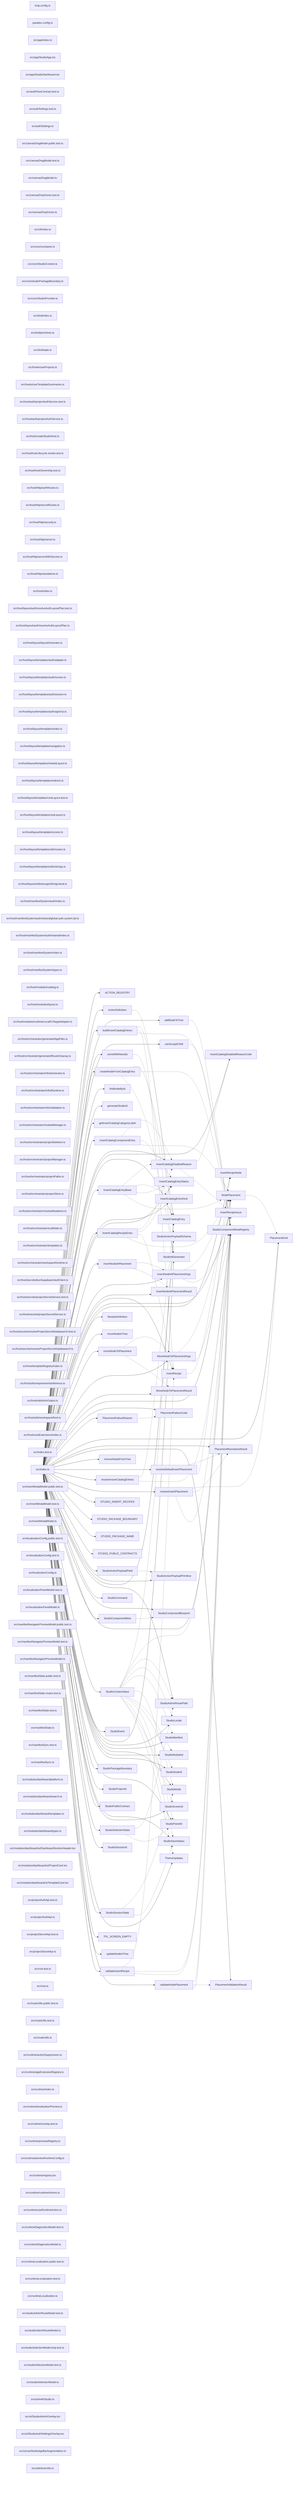
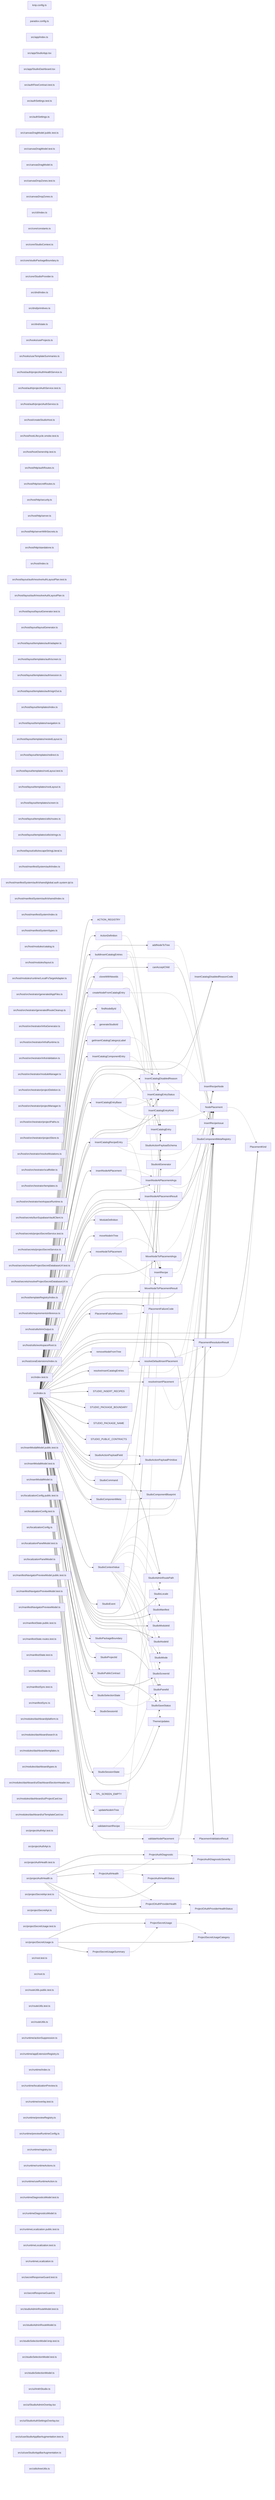
graph LR
  module_knip_config_ts["knip.config.ts"]
  module_paradox_config_ts["paradox.config.ts"]
  module_src_app_index_ts["src/app/index.ts"]
  module_src_app_StudioApp_tsx["src/app/StudioApp.tsx"]
  module_src_app_StudioDashboard_tsx["src/app/StudioDashboard.tsx"]
  module_src_authFlowContract_test_ts["src/authFlowContract.test.ts"]
  module_src_authSettings_test_ts["src/authSettings.test.ts"]
  module_src_authSettings_ts["src/authSettings.ts"]
  module_src_canvasDragModel_public_test_ts["src/canvasDragModel.public.test.ts"]
  module_src_canvasDragModel_test_ts["src/canvasDragModel.test.ts"]
  module_src_canvasDragModel_ts["src/canvasDragModel.ts"]
  module_src_canvasDropZones_test_ts["src/canvasDropZones.test.ts"]
  module_src_canvasDropZones_ts["src/canvasDropZones.ts"]
  module_src_cli_index_ts["src/cli/index.ts"]
  module_src_core_constants_ts["src/core/constants.ts"]
  module_src_core_StudioContext_ts["src/core/StudioContext.ts"]
  module_src_core_studioPackageBoundary_ts["src/core/studioPackageBoundary.ts"]
  module_src_core_StudioProvider_ts["src/core/StudioProvider.ts"]
  module_src_dnd_index_ts["src/dnd/index.ts"]
  module_src_dnd_primitives_ts["src/dnd/primitives.ts"]
  module_src_dnd_state_ts["src/dnd/state.ts"]
  module_src_hooks_useProjects_ts["src/hooks/useProjects.ts"]
  module_src_hooks_useTemplateSummaries_ts["src/hooks/useTemplateSummaries.ts"]
+   module_src_host_auth_projectAuthHealthService_ts["src/host/auth/projectAuthHealthService.ts"]
  module_src_host_auth_projectAuthService_test_ts["src/host/auth/projectAuthService.test.ts"]
  module_src_host_auth_projectAuthService_ts["src/host/auth/projectAuthService.ts"]
  module_src_host_createStudioHost_ts["src/host/createStudioHost.ts"]
  module_src_host_hostLifecycle_smoke_test_ts["src/host/hostLifecycle.smoke.test.ts"]
  module_src_host_hostOwnership_test_ts["src/host/hostOwnership.test.ts"]
  module_src_host_http_authRoutes_ts["src/host/http/authRoutes.ts"]
  module_src_host_http_secretRoutes_ts["src/host/http/secretRoutes.ts"]
  module_src_host_http_security_ts["src/host/http/security.ts"]
  module_src_host_http_server_ts["src/host/http/server.ts"]
  module_src_host_http_serverWithSecrets_ts["src/host/http/serverWithSecrets.ts"]
  module_src_host_http_standalone_ts["src/host/http/standalone.ts"]
  module_src_host_index_ts["src/host/index.ts"]
  module_src_host_layout_auth_resolveAuthLayoutPlan_test_ts["src/host/layout/auth/resolveAuthLayoutPlan.test.ts"]
  module_src_host_layout_auth_resolveAuthLayoutPlan_ts["src/host/layout/auth/resolveAuthLayoutPlan.ts"]
+   module_src_host_layout_layoutGenerator_test_ts["src/host/layout/layoutGenerator.test.ts"]
  module_src_host_layout_layoutGenerator_ts["src/host/layout/layoutGenerator.ts"]
  module_src_host_layout_templates_auth_adapter_ts["src/host/layout/templates/auth/adapter.ts"]
  module_src_host_layout_templates_auth_screen_ts["src/host/layout/templates/auth/screen.ts"]
  module_src_host_layout_templates_auth_session_ts["src/host/layout/templates/auth/session.ts"]
  module_src_host_layout_templates_auth_signOut_ts["src/host/layout/templates/auth/signOut.ts"]
  module_src_host_layout_templates_index_ts["src/host/layout/templates/index.ts"]
  module_src_host_layout_templates_navigation_ts["src/host/layout/templates/navigation.ts"]
  module_src_host_layout_templates_nestedLayout_ts["src/host/layout/templates/nestedLayout.ts"]
  module_src_host_layout_templates_redirect_ts["src/host/layout/templates/redirect.ts"]
  module_src_host_layout_templates_rootLayout_test_ts["src/host/layout/templates/rootLayout.test.ts"]
  module_src_host_layout_templates_rootLayout_ts["src/host/layout/templates/rootLayout.ts"]
  module_src_host_layout_templates_screen_ts["src/host/layout/templates/screen.ts"]
  module_src_host_layout_templates_utils_routes_ts["src/host/layout/templates/utils/routes.ts"]
  module_src_host_layout_templates_utils_strings_ts["src/host/layout/templates/utils/strings.ts"]
  module_src_host_layout_utils_escapeStringLiteral_ts["src/host/layout/utils/escapeStringLiteral.ts"]
  module_src_host_manifestSystem_auth_index_ts["src/host/manifestSystem/auth/index.ts"]
  module_src_host_manifestSystem_auth_shared_global_auth_system_tpl_ts["src/host/manifestSystem/auth/shared/global.auth.system.tpl.ts"]
  module_src_host_manifestSystem_auth_shared_index_ts["src/host/manifestSystem/auth/shared/index.ts"]
  module_src_host_manifestSystem_index_ts["src/host/manifestSystem/index.ts"]
  module_src_host_manifestSystem_types_ts["src/host/manifestSystem/types.ts"]
  module_src_host_modules_catalog_ts["src/host/modules/catalog.ts"]
  module_src_host_modules_layout_ts["src/host/modules/layout.ts"]
  module_src_host_modules_runtime_LocalFsTargetAdapter_ts["src/host/modules/runtime/LocalFsTargetAdapter.ts"]
  module_src_host_orchestrator_generatedAppFiles_ts["src/host/orchestrator/generatedAppFiles.ts"]
  module_src_host_orchestrator_generatedRouteCleanup_ts["src/host/orchestrator/generatedRouteCleanup.ts"]
  module_src_host_orchestrator_infraGenerator_ts["src/host/orchestrator/infraGenerator.ts"]
  module_src_host_orchestrator_infraRuntime_ts["src/host/orchestrator/infraRuntime.ts"]
  module_src_host_orchestrator_infraValidation_ts["src/host/orchestrator/infraValidation.ts"]
  module_src_host_orchestrator_moduleManager_ts["src/host/orchestrator/moduleManager.ts"]
  module_src_host_orchestrator_projectDeletion_ts["src/host/orchestrator/projectDeletion.ts"]
  module_src_host_orchestrator_projectManager_ts["src/host/orchestrator/projectManager.ts"]
  module_src_host_orchestrator_projectPaths_ts["src/host/orchestrator/projectPaths.ts"]
  module_src_host_orchestrator_projectStore_ts["src/host/orchestrator/projectStore.ts"]
  module_src_host_orchestrator_resolveMutations_ts["src/host/orchestrator/resolveMutations.ts"]
  module_src_host_orchestrator_scaffolder_ts["src/host/orchestrator/scaffolder.ts"]
  module_src_host_orchestrator_templates_ts["src/host/orchestrator/templates.ts"]
  module_src_host_orchestrator_workspaceRuntime_ts["src/host/orchestrator/workspaceRuntime.ts"]
  module_src_host_secrets_bunSupabaseVaultClient_ts["src/host/secrets/bunSupabaseVaultClient.ts"]
  module_src_host_secrets_projectSecretService_test_ts["src/host/secrets/projectSecretService.test.ts"]
  module_src_host_secrets_projectSecretService_ts["src/host/secrets/projectSecretService.ts"]
  module_src_host_secrets_resolveProjectSecretDatabaseUrl_test_ts["src/host/secrets/resolveProjectSecretDatabaseUrl.test.ts"]
  module_src_host_secrets_resolveProjectSecretDatabaseUrl_ts["src/host/secrets/resolveProjectSecretDatabaseUrl.ts"]
  module_src_host_templateRegistry_index_ts["src/host/templateRegistry/index.ts"]
  module_src_host_utils_requirementsInference_ts["src/host/utils/requirementsInference.ts"]
  module_src_host_utils_trimOutput_ts["src/host/utils/trimOutput.ts"]
  module_src_host_utils_workspaceRoot_ts["src/host/utils/workspaceRoot.ts"]
  module_src_host_zoraExtensions_index_ts["src/host/zoraExtensions/index.ts"]
  module_src_index_test_ts["src/index.test.ts"]
  module_src_index_ts["src/index.ts"]
  module_src_insertModalModel_public_test_ts["src/insertModalModel.public.test.ts"]
  module_src_insertModalModel_test_ts["src/insertModalModel.test.ts"]
  module_src_insertModalModel_ts["src/insertModalModel.ts"]
  module_src_localizationConfig_public_test_ts["src/localizationConfig.public.test.ts"]
  module_src_localizationConfig_test_ts["src/localizationConfig.test.ts"]
  module_src_localizationConfig_ts["src/localizationConfig.ts"]
  module_src_localizationPanelModel_test_ts["src/localizationPanelModel.test.ts"]
  module_src_localizationPanelModel_ts["src/localizationPanelModel.ts"]
  module_src_manifestNavigatorPreviewModel_public_test_ts["src/manifestNavigatorPreviewModel.public.test.ts"]
  module_src_manifestNavigatorPreviewModel_test_ts["src/manifestNavigatorPreviewModel.test.ts"]
  module_src_manifestNavigatorPreviewModel_ts["src/manifestNavigatorPreviewModel.ts"]
  module_src_manifestState_public_test_ts["src/manifestState.public.test.ts"]
  module_src_manifestState_routes_test_ts["src/manifestState.routes.test.ts"]
  module_src_manifestState_test_ts["src/manifestState.test.ts"]
  module_src_manifestState_ts["src/manifestState.ts"]
  module_src_manifestSync_test_ts["src/manifestSync.test.ts"]
  module_src_manifestSync_ts["src/manifestSync.ts"]
  module_src_modules_dashboard_platform_ts["src/modules/dashboard/platform.ts"]
  module_src_modules_dashboard_search_ts["src/modules/dashboard/search.ts"]
  module_src_modules_dashboard_templates_ts["src/modules/dashboard/templates.ts"]
  module_src_modules_dashboard_types_ts["src/modules/dashboard/types.ts"]
  module_src_modules_dashboard_ui_DashboardSectionHeader_tsx["src/modules/dashboard/ui/DashboardSectionHeader.tsx"]
  module_src_modules_dashboard_ui_ProjectCard_tsx["src/modules/dashboard/ui/ProjectCard.tsx"]
  module_src_modules_dashboard_ui_TemplateCard_tsx["src/modules/dashboard/ui/TemplateCard.tsx"]
  module_src_projectAuthApi_test_ts["src/projectAuthApi.test.ts"]
  module_src_projectAuthApi_ts["src/projectAuthApi.ts"]
+   module_src_projectAuthHealth_test_ts["src/projectAuthHealth.test.ts"]
+   module_src_projectAuthHealth_ts["src/projectAuthHealth.ts"]
  module_src_projectSecretApi_test_ts["src/projectSecretApi.test.ts"]
  module_src_projectSecretApi_ts["src/projectSecretApi.ts"]
+   module_src_projectSecretUsage_test_ts["src/projectSecretUsage.test.ts"]
+   module_src_projectSecretUsage_ts["src/projectSecretUsage.ts"]
  module_src_root_test_ts["src/root.test.ts"]
  module_src_root_ts["src/root.ts"]
  module_src_routeUtils_public_test_ts["src/routeUtils.public.test.ts"]
  module_src_routeUtils_test_ts["src/routeUtils.test.ts"]
  module_src_routeUtils_ts["src/routeUtils.ts"]
  module_src_runtime_actionSuppression_ts["src/runtime/actionSuppression.ts"]
  module_src_runtime_appExtensionRegistry_ts["src/runtime/appExtensionRegistry.ts"]
  module_src_runtime_index_ts["src/runtime/index.ts"]
  module_src_runtime_localizationPreview_ts["src/runtime/localizationPreview.ts"]
  module_src_runtime_overlay_test_ts["src/runtime/overlay.test.ts"]
  module_src_runtime_previewRegistry_ts["src/runtime/previewRegistry.ts"]
  module_src_runtime_previewRuntimeConfig_ts["src/runtime/previewRuntimeConfig.ts"]
  module_src_runtime_registry_tsx["src/runtime/registry.tsx"]
  module_src_runtime_runtimeActions_ts["src/runtime/runtimeActions.ts"]
  module_src_runtime_useRuntimeAction_ts["src/runtime/useRuntimeAction.ts"]
  module_src_runtimeDiagnosticsModel_test_ts["src/runtimeDiagnosticsModel.test.ts"]
  module_src_runtimeDiagnosticsModel_ts["src/runtimeDiagnosticsModel.ts"]
  module_src_runtimeLocalization_public_test_ts["src/runtimeLocalization.public.test.ts"]
  module_src_runtimeLocalization_test_ts["src/runtimeLocalization.test.ts"]
  module_src_runtimeLocalization_ts["src/runtimeLocalization.ts"]
+   module_src_secretResponseGuard_test_ts["src/secretResponseGuard.test.ts"]
+   module_src_secretResponseGuard_ts["src/secretResponseGuard.ts"]
  module_src_studioAdminRouteModel_test_ts["src/studioAdminRouteModel.test.ts"]
  module_src_studioAdminRouteModel_ts["src/studioAdminRouteModel.ts"]
  module_src_studioSelectionModel_knip_test_ts["src/studioSelectionModel.knip.test.ts"]
  module_src_studioSelectionModel_test_ts["src/studioSelectionModel.test.ts"]
  module_src_studioSelectionModel_ts["src/studioSelectionModel.ts"]
  module_src_ui_AnkhStudio_ts["src/ui/AnkhStudio.ts"]
  module_src_ui_StudioAdminOverlay_tsx["src/ui/StudioAdminOverlay.tsx"]
  module_src_ui_StudioAuthSettingsOverlay_tsx["src/ui/StudioAuthSettingsOverlay.tsx"]
+   module_src_ui_useStudioAppBarAugmentation_test_ts["src/ui/useStudioAppBarAugmentation.test.ts"]
  module_src_ui_useStudioAppBarAugmentation_ts["src/ui/useStudioAppBarAugmentation.ts"]
  module_src_utils_treeUtils_ts["src/utils/treeUtils.ts"]
  export_ACTION_REGISTRY["ACTION_REGISTRY"]
  module_src_index_ts --> export_ACTION_REGISTRY
  export_ActionDefinition["ActionDefinition"]
  module_src_index_ts --> export_ActionDefinition
  export_ActionDefinition -.-> export_StudioActionPayloadSchema
  export_addNodeToTree["addNodeToTree"]
  module_src_index_ts --> export_addNodeToTree
  export_addNodeToTree -.-> export_StudioComponentMetaRegistry
  export_buildInsertCatalogEntries["buildInsertCatalogEntries"]
  module_src_index_ts --> export_buildInsertCatalogEntries
  export_buildInsertCatalogEntries -.-> export_InsertCatalogEntry
  export_buildInsertCatalogEntries -.-> export_InsertRecipe
  export_buildInsertCatalogEntries -.-> export_StudioComponentMetaRegistry
  export_canAcceptChild["canAcceptChild"]
  module_src_index_ts --> export_canAcceptChild
  export_canAcceptChild -.-> export_StudioComponentMetaRegistry
  export_cloneWithNewIds["cloneWithNewIds"]
  module_src_index_ts --> export_cloneWithNewIds
  export_cloneWithNewIds -.-> export_StudioIdGenerator
  export_createNodeFromCatalogEntry["createNodeFromCatalogEntry"]
  module_src_index_ts --> export_createNodeFromCatalogEntry
  export_createNodeFromCatalogEntry -.-> export_InsertCatalogEntry
  export_createNodeFromCatalogEntry -.-> export_StudioComponentMetaRegistry
  export_createNodeFromCatalogEntry -.-> export_StudioIdGenerator
  export_findNodeById["findNodeById"]
  module_src_index_ts --> export_findNodeById
  export_generateStudioId["generateStudioId"]
  module_src_index_ts --> export_generateStudioId
  export_getInsertCatalogCategoryLabel["getInsertCatalogCategoryLabel"]
  module_src_index_ts --> export_getInsertCatalogCategoryLabel
  export_InsertCatalogComponentEntry["InsertCatalogComponentEntry"]
  module_src_index_ts --> export_InsertCatalogComponentEntry
  export_InsertCatalogComponentEntry -.-> export_InsertCatalogDisabledReason
  export_InsertCatalogComponentEntry -.-> export_InsertCatalogEntryStatus
  export_InsertCatalogComponentEntry -.-> export_NodePlacement
  export_InsertCatalogDisabledReason["InsertCatalogDisabledReason"]
  module_src_index_ts --> export_InsertCatalogDisabledReason
  export_InsertCatalogDisabledReason -.-> export_InsertCatalogDisabledReasonCode
  export_InsertCatalogDisabledReason -.-> export_InsertRecipeIssue
  export_InsertCatalogDisabledReasonCode["InsertCatalogDisabledReasonCode"]
  module_src_index_ts --> export_InsertCatalogDisabledReasonCode
  export_InsertCatalogEntry["InsertCatalogEntry"]
  module_src_index_ts --> export_InsertCatalogEntry
  export_InsertCatalogEntryBase["InsertCatalogEntryBase"]
  module_src_index_ts --> export_InsertCatalogEntryBase
  export_InsertCatalogEntryBase -.-> export_InsertCatalogDisabledReason
  export_InsertCatalogEntryBase -.-> export_InsertCatalogEntryKind
  export_InsertCatalogEntryBase -.-> export_InsertCatalogEntryStatus
  export_InsertCatalogEntryBase -.-> export_NodePlacement
  export_InsertCatalogEntryKind["InsertCatalogEntryKind"]
  module_src_index_ts --> export_InsertCatalogEntryKind
  export_InsertCatalogEntryStatus["InsertCatalogEntryStatus"]
  module_src_index_ts --> export_InsertCatalogEntryStatus
  export_InsertCatalogRecipeEntry["InsertCatalogRecipeEntry"]
  module_src_index_ts --> export_InsertCatalogRecipeEntry
  export_InsertCatalogRecipeEntry -.-> export_InsertCatalogDisabledReason
  export_InsertCatalogRecipeEntry -.-> export_InsertCatalogEntryStatus
  export_InsertCatalogRecipeEntry -.-> export_InsertRecipe
  export_InsertCatalogRecipeEntry -.-> export_NodePlacement
  export_insertNodeAtPlacement["insertNodeAtPlacement"]
  module_src_index_ts --> export_insertNodeAtPlacement
  export_insertNodeAtPlacement -.-> export_InsertNodeAtPlacementArgs
  export_insertNodeAtPlacement -.-> export_InsertNodeAtPlacementResult
  export_InsertNodeAtPlacementArgs["InsertNodeAtPlacementArgs"]
  module_src_index_ts --> export_InsertNodeAtPlacementArgs
  export_InsertNodeAtPlacementArgs -.-> export_NodePlacement
  export_InsertNodeAtPlacementArgs -.-> export_StudioComponentMetaRegistry
  export_InsertNodeAtPlacementResult["InsertNodeAtPlacementResult"]
  module_src_index_ts --> export_InsertNodeAtPlacementResult
  export_InsertRecipe["InsertRecipe"]
  module_src_index_ts --> export_InsertRecipe
  export_InsertRecipe -.-> export_InsertRecipeNode
  export_InsertRecipeIssue["InsertRecipeIssue"]
  module_src_index_ts --> export_InsertRecipeIssue
  export_InsertRecipeNode["InsertRecipeNode"]
  module_src_index_ts --> export_InsertRecipeNode
  export_ModuleDefinition["ModuleDefinition"]
  module_src_index_ts --> export_ModuleDefinition
  export_moveNodeInTree["moveNodeInTree"]
  module_src_index_ts --> export_moveNodeInTree
  export_moveNodeToPlacement["moveNodeToPlacement"]
  module_src_index_ts --> export_moveNodeToPlacement
  export_moveNodeToPlacement -.-> export_MoveNodeToPlacementArgs
  export_moveNodeToPlacement -.-> export_MoveNodeToPlacementResult
  export_MoveNodeToPlacementArgs["MoveNodeToPlacementArgs"]
  module_src_index_ts --> export_MoveNodeToPlacementArgs
  export_MoveNodeToPlacementArgs -.-> export_NodePlacement
  export_MoveNodeToPlacementArgs -.-> export_StudioComponentMetaRegistry
  export_MoveNodeToPlacementResult["MoveNodeToPlacementResult"]
  module_src_index_ts --> export_MoveNodeToPlacementResult
  export_NodePlacement["NodePlacement"]
  module_src_index_ts --> export_NodePlacement
  export_NodePlacement -.-> export_PlacementKind
  export_PlacementFailureCode["PlacementFailureCode"]
  module_src_index_ts --> export_PlacementFailureCode
  export_PlacementFailureReason["PlacementFailureReason"]
  module_src_index_ts --> export_PlacementFailureReason
  export_PlacementFailureReason -.-> export_PlacementFailureCode
  export_PlacementKind["PlacementKind"]
  module_src_index_ts --> export_PlacementKind
  export_PlacementResolutionResult["PlacementResolutionResult"]
  module_src_index_ts --> export_PlacementResolutionResult
  export_PlacementValidationResult["PlacementValidationResult"]
  module_src_index_ts --> export_PlacementValidationResult
+   export_ProjectAuthDiagnostic["ProjectAuthDiagnostic"]
+   module_src_projectAuthHealth_ts --> export_ProjectAuthDiagnostic
+   export_ProjectAuthDiagnostic -.-> export_ProjectAuthDiagnosticSeverity
+   export_ProjectAuthDiagnosticSeverity["ProjectAuthDiagnosticSeverity"]
+   module_src_projectAuthHealth_ts --> export_ProjectAuthDiagnosticSeverity
+   export_ProjectAuthHealth["ProjectAuthHealth"]
+   module_src_projectAuthHealth_ts --> export_ProjectAuthHealth
+   export_ProjectAuthHealth -.-> export_ProjectAuthDiagnostic
+   export_ProjectAuthHealth -.-> export_ProjectAuthHealthStatus
+   export_ProjectAuthHealth -.-> export_ProjectOAuthProviderHealth
+   export_ProjectAuthHealthStatus["ProjectAuthHealthStatus"]
+   module_src_projectAuthHealth_ts --> export_ProjectAuthHealthStatus
+   export_ProjectOAuthProviderHealth["ProjectOAuthProviderHealth"]
+   module_src_projectAuthHealth_ts --> export_ProjectOAuthProviderHealth
+   export_ProjectOAuthProviderHealth -.-> export_ProjectOAuthProviderHealthStatus
+   export_ProjectOAuthProviderHealthStatus["ProjectOAuthProviderHealthStatus"]
+   module_src_projectAuthHealth_ts --> export_ProjectOAuthProviderHealthStatus
+   export_ProjectSecretUsage["ProjectSecretUsage"]
+   module_src_projectSecretUsage_ts --> export_ProjectSecretUsage
+   export_ProjectSecretUsage -.-> export_ProjectSecretUsageCategory
+   export_ProjectSecretUsageCategory["ProjectSecretUsageCategory"]
+   module_src_projectSecretUsage_ts --> export_ProjectSecretUsageCategory
+   export_ProjectSecretUsageSummary["ProjectSecretUsageSummary"]
+   module_src_projectSecretUsage_ts --> export_ProjectSecretUsageSummary
+   export_ProjectSecretUsageSummary -.-> export_ProjectSecretUsage
  export_removeNodeFromTree["removeNodeFromTree"]
  module_src_index_ts --> export_removeNodeFromTree
  export_resolveDefaultInsertPlacement["resolveDefaultInsertPlacement"]
  module_src_index_ts --> export_resolveDefaultInsertPlacement
  export_resolveDefaultInsertPlacement -.-> export_PlacementResolutionResult
  export_resolveDefaultInsertPlacement -.-> export_StudioComponentMetaRegistry
  export_resolveInsertCatalogEntries["resolveInsertCatalogEntries"]
  module_src_index_ts --> export_resolveInsertCatalogEntries
  export_resolveInsertCatalogEntries -.-> export_InsertCatalogEntry
  export_resolveInsertCatalogEntries -.-> export_StudioComponentMetaRegistry
  export_resolveInsertPlacement["resolveInsertPlacement"]
  module_src_index_ts --> export_resolveInsertPlacement
  export_resolveInsertPlacement -.-> export_PlacementKind
  export_resolveInsertPlacement -.-> export_PlacementResolutionResult
  export_resolveInsertPlacement -.-> export_StudioComponentMetaRegistry
  export_STUDIO_INSERT_RECIPES["STUDIO_INSERT_RECIPES"]
  module_src_index_ts --> export_STUDIO_INSERT_RECIPES
  export_STUDIO_PACKAGE_BOUNDARY["STUDIO_PACKAGE_BOUNDARY"]
  module_src_index_ts --> export_STUDIO_PACKAGE_BOUNDARY
  export_STUDIO_PACKAGE_NAME["STUDIO_PACKAGE_NAME"]
  module_src_index_ts --> export_STUDIO_PACKAGE_NAME
  export_STUDIO_PUBLIC_CONTRACTS["STUDIO_PUBLIC_CONTRACTS"]
  module_src_index_ts --> export_STUDIO_PUBLIC_CONTRACTS
  export_StudioActionPayloadField["StudioActionPayloadField"]
  module_src_index_ts --> export_StudioActionPayloadField
  export_StudioActionPayloadField -.-> export_StudioActionPayloadPrimitive
  export_StudioActionPayloadPrimitive["StudioActionPayloadPrimitive"]
  module_src_index_ts --> export_StudioActionPayloadPrimitive
  export_StudioActionPayloadSchema["StudioActionPayloadSchema"]
  module_src_index_ts --> export_StudioActionPayloadSchema
  export_StudioAdminRoutePath["StudioAdminRoutePath"]
  module_src_index_ts --> export_StudioAdminRoutePath
  export_StudioCommand["StudioCommand"]
  module_src_index_ts --> export_StudioCommand
  export_StudioComponentBlueprint["StudioComponentBlueprint"]
  module_src_index_ts --> export_StudioComponentBlueprint
  export_StudioComponentMeta["StudioComponentMeta"]
  module_src_index_ts --> export_StudioComponentMeta
  export_StudioComponentMeta -.-> export_StudioComponentBlueprint
  export_StudioComponentMetaRegistry["StudioComponentMetaRegistry"]
  module_src_index_ts --> export_StudioComponentMetaRegistry
  export_StudioContextValue["StudioContextValue"]
  module_src_index_ts --> export_StudioContextValue
  export_StudioContextValue -.-> export_InsertCatalogEntry
  export_StudioContextValue -.-> export_NodePlacement
  export_StudioContextValue -.-> export_StudioAdminRoutePath
  export_StudioContextValue -.-> export_StudioLocale
  export_StudioContextValue -.-> export_StudioManifest
  export_StudioContextValue -.-> export_StudioMode
  export_StudioContextValue -.-> export_StudioModuleId
  export_StudioContextValue -.-> export_StudioNodeId
  export_StudioContextValue -.-> export_StudioPanelId
  export_StudioContextValue -.-> export_StudioSaveStatus
  export_StudioContextValue -.-> export_StudioScreenId
  export_StudioContextValue -.-> export_ThemeUpdates
  export_StudioEvent["StudioEvent"]
  module_src_index_ts --> export_StudioEvent
  export_StudioIdGenerator["StudioIdGenerator"]
  module_src_index_ts --> export_StudioIdGenerator
  export_StudioLocale["StudioLocale"]
  module_src_index_ts --> export_StudioLocale
  export_StudioManifest["StudioManifest"]
  module_src_index_ts --> export_StudioManifest
  export_StudioMode["StudioMode"]
  module_src_index_ts --> export_StudioMode
  export_StudioModuleId["StudioModuleId"]
  module_src_index_ts --> export_StudioModuleId
  export_StudioNodeId["StudioNodeId"]
  module_src_index_ts --> export_StudioNodeId
  export_StudioPackageBoundary["StudioPackageBoundary"]
  module_src_index_ts --> export_StudioPackageBoundary
  export_StudioPanelId["StudioPanelId"]
  module_src_index_ts --> export_StudioPanelId
  export_StudioProjectId["StudioProjectId"]
  module_src_index_ts --> export_StudioProjectId
  export_StudioPublicContract["StudioPublicContract"]
  module_src_index_ts --> export_StudioPublicContract
  export_StudioSaveStatus["StudioSaveStatus"]
  module_src_index_ts --> export_StudioSaveStatus
  export_StudioScreenId["StudioScreenId"]
  module_src_index_ts --> export_StudioScreenId
  export_StudioSelectionState["StudioSelectionState"]
  module_src_index_ts --> export_StudioSelectionState
  export_StudioSelectionState -.-> export_StudioAdminRoutePath
  export_StudioSelectionState -.-> export_StudioPanelId
  export_StudioSessionId["StudioSessionId"]
  module_src_index_ts --> export_StudioSessionId
  export_StudioSessionState["StudioSessionState"]
  module_src_index_ts --> export_StudioSessionState
  export_StudioSessionState -.-> export_StudioMode
  export_StudioSessionState -.-> export_StudioSaveStatus
  export_ThemeUpdates["ThemeUpdates"]
  module_src_index_ts --> export_ThemeUpdates
  export_TPL_SCREEN_EMPTY["TPL_SCREEN_EMPTY"]
  module_src_index_ts --> export_TPL_SCREEN_EMPTY
  export_updateNodeInTree["updateNodeInTree"]
  module_src_index_ts --> export_updateNodeInTree
  export_validateInsertRecipe["validateInsertRecipe"]
  module_src_index_ts --> export_validateInsertRecipe
  export_validateInsertRecipe -.-> export_InsertRecipe
  export_validateInsertRecipe -.-> export_InsertRecipeIssue
  export_validateInsertRecipe -.-> export_StudioComponentMetaRegistry
  export_validateNodePlacement["validateNodePlacement"]
  module_src_index_ts --> export_validateNodePlacement
  export_validateNodePlacement -.-> export_NodePlacement
  export_validateNodePlacement -.-> export_PlacementValidationResult
  export_validateNodePlacement -.-> export_StudioComponentMetaRegistry
